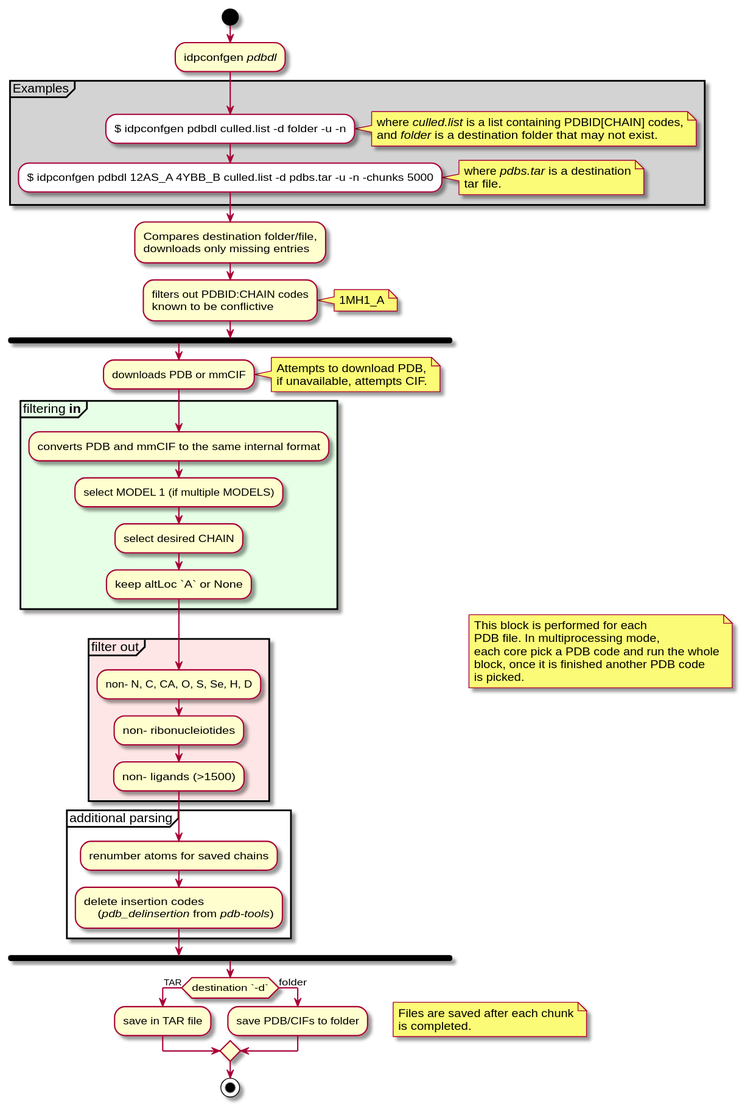
Earlier version of the PlantUML export docs/UMLs/idpconfgen_pdbdl.svg (julie-forman-kay-lab/IDPConformerGenerator).
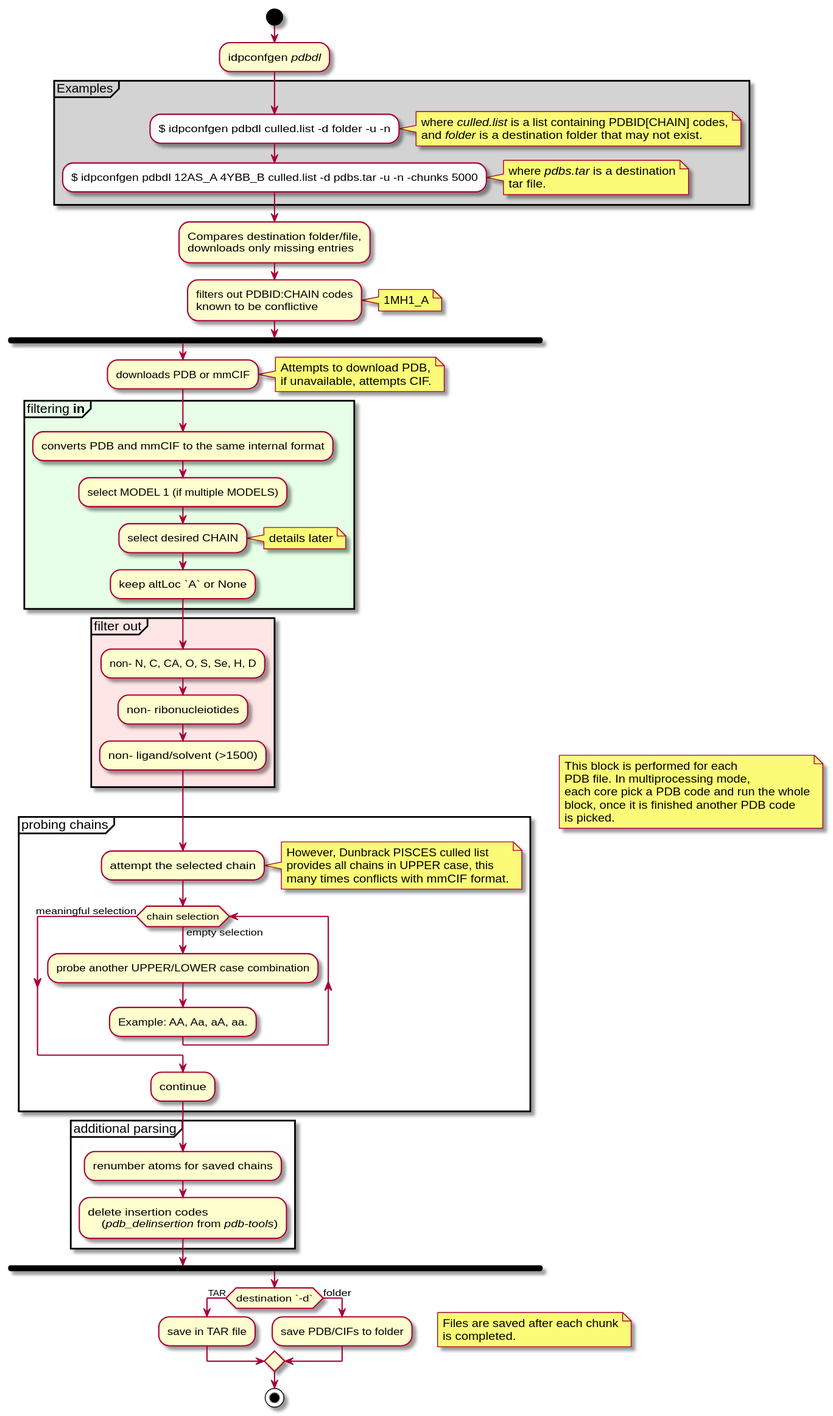
Above is the later version.

Diff of the diagram source:
```diff
@@ -38,14 +38,31 @@
     :converts PDB and mmCIF to the same internal format;
     :select MODEL 1 (if multiple MODELS);
     :select desired CHAIN;
+    note right
+        details later
+    end note
     :keep altLoc `A` or None;
 }
 
 partition #ffe6e6 "filter out" {
     :non- N, C, CA, O, S, Se, H, D;
     :non- ribonucleiotides;
-    :non- ligands (>1500);
+    :non- ligand/solvent (>1500);
 
+}
+
+partition "probing chains" {
+    :attempt the selected chain;
+    note right
+        However, Dunbrack PISCES culled list
+        provides all chains in UPPER case, this
+        many times conflicts with mmCIF format.
+    end note
+    while (chain selection) is (empty selection)
+        :probe another UPPER/LOWER case combination;
+        :Example: AA, Aa, aA, aa.;
+    endwhile (meaningful selection)
+    :continue;
 }
 
 partition "additional parsing" {
```
